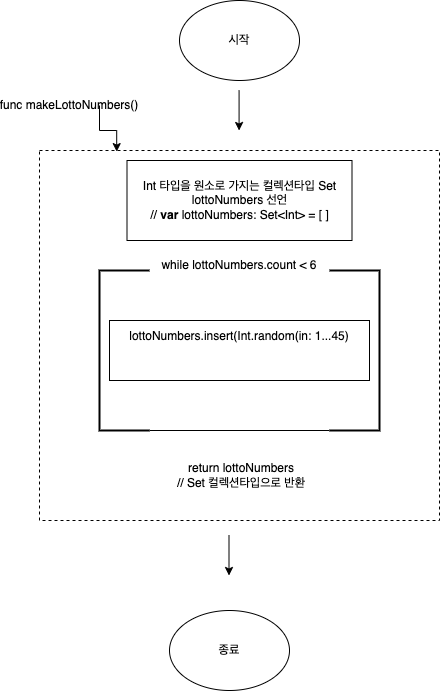
Above: Flow charts/Week2_Step1.png in yagom-academy/swift-starter-Round2 (draw.io), before the change. Source tidied: cells renumbered, new cells last; positions are measured from the earlier drawing's top-left corner, leaving out a move shared by most shapes.
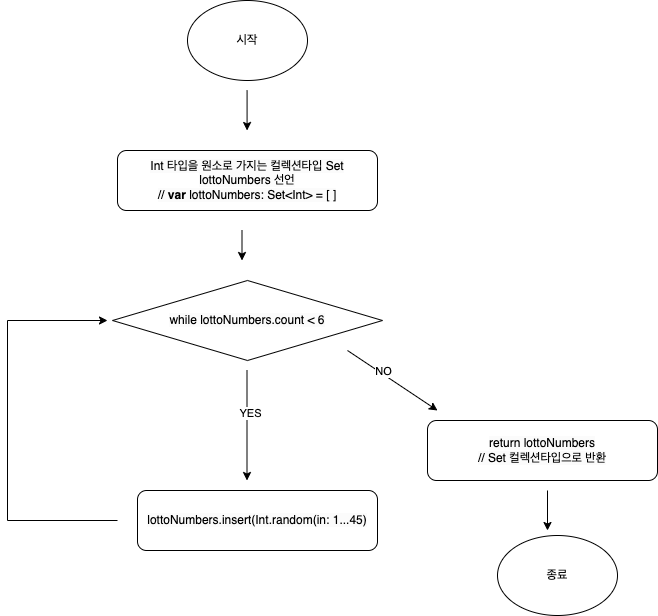
Above is the later version.

Commit message:
♻️ refactor: 순서도 수정

순서도 기호의 의미에 맞게 수정

Change to the diagram source:
```diff
@@ -2,40 +2,6 @@
   <root>
     <mxCell id="0" />
     <mxCell id="1" parent="0" />
-    <mxCell id="2" style="rounded=0;whiteSpace=wrap;html=1;dashed=1;" parent="1" vertex="1">
-      <mxGeometry y="150" width="400" height="370" as="geometry" />
-    </mxCell>
-    <mxCell id="3" style="edgeStyle=orthogonalEdgeStyle;rounded=0;jettySize=auto;html=1;exitX=1;exitY=0.5;exitDx=0;exitDy=0;entryX=0.193;entryY=0.003;entryDx=0;entryDy=0;entryPerimeter=0;" parent="1" edge="1" source="4" target="2">
-      <mxGeometry relative="1" as="geometry">
-        <Array as="points">
-          <mxPoint x="60" y="130" />
-          <mxPoint x="77" y="130" />
-        </Array>
-      </mxGeometry>
-    </mxCell>
-    <mxCell id="4" value="func&amp;nbsp;makeLottoNumbers()" style="text;html=1;strokeColor=none;fillColor=none;align=center;verticalAlign=middle;whiteSpace=wrap;rounded=0;" parent="1" vertex="1">
-      <mxGeometry y="90" width="60" height="30" as="geometry" />
-    </mxCell>
-    <mxCell id="5" value="Int 타입을 원소로 가지는 컬렉션타입 Set &lt;br&gt;lottoNumbers 선언&lt;br&gt;//&amp;nbsp;&lt;b&gt;var&amp;nbsp;&lt;/b&gt;lottoNumbers: Set&amp;lt;Int&amp;gt; = [ ]" style="rounded=0;whiteSpace=wrap;html=1;" parent="1" vertex="1">
-      <mxGeometry x="87.5" y="160" width="225" height="80" as="geometry" />
-    </mxCell>
-    <mxCell id="6" style="strokeWidth=2;html=1;shape=mxgraph.flowchart.annotation_1;align=left;" parent="1" vertex="1">
-      <mxGeometry x="60" y="270" width="50" height="160" as="geometry" />
-    </mxCell>
-    <mxCell id="7" value="while lottoNumbers.count &amp;lt; 6" style="text;html=1;strokeColor=none;fillColor=none;align=center;verticalAlign=middle;whiteSpace=wrap;rounded=0;" parent="1" vertex="1">
-      <mxGeometry x="110" y="250" width="180" height="30" as="geometry" />
-    </mxCell>
-    <mxCell id="8" style="strokeWidth=2;html=1;shape=mxgraph.flowchart.annotation_1;align=left;rotation=-180;" parent="1" vertex="1">
-      <mxGeometry x="290" y="270" width="50" height="160" as="geometry" />
-    </mxCell>
-    <mxCell id="9" value="&#10;lottoNumbers.&lt;span class=&quot;s1&quot;&gt;insert&lt;/span&gt;(&lt;span class=&quot;s1&quot;&gt;Int&lt;/span&gt;.&lt;span class=&quot;s1&quot;&gt;random&lt;/span&gt;(&lt;span class=&quot;s1&quot;&gt;in&lt;/span&gt;: &lt;span class=&quot;s2&quot;&gt;1&lt;/span&gt;...&lt;span class=&quot;s2&quot;&gt;45&lt;/span&gt;)&#10;&#10;&#10;" style="rounded=0;whiteSpace=wrap;html=1;" parent="1" vertex="1">
-      <mxGeometry x="70" y="320" width="260" height="60" as="geometry" />
-    </mxCell>
-    <mxCell id="10" style="endArrow=none;html=1;rounded=0;entryX=1;entryY=0;entryDx=0;entryDy=0;entryPerimeter=0;" parent="1" edge="1" target="8">
-      <mxGeometry relative="1" as="geometry">
-        <mxPoint x="110" y="430" as="sourcePoint" />
-      </mxGeometry>
-    </mxCell>
     <mxCell id="11" value="시작" style="ellipse;whiteSpace=wrap;html=1;" parent="1" vertex="1">
       <mxGeometry x="140" width="120" height="80" as="geometry" />
     </mxCell>
@@ -47,15 +13,58 @@
     </mxCell>
     <mxCell id="13" style="endArrow=classic;html=1;rounded=0;" parent="1" edge="1">
       <mxGeometry relative="1" as="geometry">
-        <mxPoint x="189.5" y="535" as="sourcePoint" />
-        <mxPoint x="189.5" y="575" as="targetPoint" />
+        <mxPoint x="500" y="490" as="sourcePoint" />
+        <mxPoint x="500" y="530" as="targetPoint" />
       </mxGeometry>
     </mxCell>
     <mxCell id="14" value="종료" style="ellipse;whiteSpace=wrap;html=1;" parent="1" vertex="1">
-      <mxGeometry x="130" y="610" width="120" height="80" as="geometry" />
+      <mxGeometry x="450" y="535" width="120" height="80" as="geometry" />
     </mxCell>
+    <mxCell id="5" value="&lt;meta charset=&quot;utf-8&quot;&gt;&lt;span style=&quot;color: rgb(0, 0, 0); font-family: Helvetica; font-size: 12px; font-style: normal; font-variant-ligatures: normal; font-variant-caps: normal; font-weight: 400; letter-spacing: normal; orphans: 2; text-align: center; text-indent: 0px; text-transform: none; widows: 2; word-spacing: 0px; -webkit-text-stroke-width: 0px; background-color: rgb(251, 251, 251); text-decoration-thickness: initial; text-decoration-style: initial; text-decoration-color: initial; float: none; display: inline !important;&quot;&gt;Int 타입을 원소로 가지는 컬렉션타입 Set&lt;/span&gt;&lt;br style=&quot;border-color: var(--border-color); color: rgb(0, 0, 0); font-family: Helvetica; font-size: 12px; font-style: normal; font-variant-ligatures: normal; font-variant-caps: normal; font-weight: 400; letter-spacing: normal; orphans: 2; text-align: center; text-indent: 0px; text-transform: none; widows: 2; word-spacing: 0px; -webkit-text-stroke-width: 0px; background-color: rgb(251, 251, 251); text-decoration-thickness: initial; text-decoration-style: initial; text-decoration-color: initial;&quot;&gt;&lt;span style=&quot;color: rgb(0, 0, 0); font-family: Helvetica; font-size: 12px; font-style: normal; font-variant-ligatures: normal; font-variant-caps: normal; font-weight: 400; letter-spacing: normal; orphans: 2; text-align: center; text-indent: 0px; text-transform: none; widows: 2; word-spacing: 0px; -webkit-text-stroke-width: 0px; background-color: rgb(251, 251, 251); text-decoration-thickness: initial; text-decoration-style: initial; text-decoration-color: initial; float: none; display: inline !important;&quot;&gt;lottoNumbers 선언&lt;/span&gt;&lt;br style=&quot;border-color: var(--border-color); color: rgb(0, 0, 0); font-family: Helvetica; font-size: 12px; font-style: normal; font-variant-ligatures: normal; font-variant-caps: normal; font-weight: 400; letter-spacing: normal; orphans: 2; text-align: center; text-indent: 0px; text-transform: none; widows: 2; word-spacing: 0px; -webkit-text-stroke-width: 0px; background-color: rgb(251, 251, 251); text-decoration-thickness: initial; text-decoration-style: initial; text-decoration-color: initial;&quot;&gt;&lt;span style=&quot;color: rgb(0, 0, 0); font-family: Helvetica; font-size: 12px; font-style: normal; font-variant-ligatures: normal; font-variant-caps: normal; font-weight: 400; letter-spacing: normal; orphans: 2; text-align: center; text-indent: 0px; text-transform: none; widows: 2; word-spacing: 0px; -webkit-text-stroke-width: 0px; background-color: rgb(251, 251, 251); text-decoration-thickness: initial; text-decoration-style: initial; text-decoration-color: initial; float: none; display: inline !important;&quot;&gt;//&amp;nbsp;&lt;/span&gt;&lt;b style=&quot;border-color: var(--border-color); color: rgb(0, 0, 0); font-family: Helvetica; font-size: 12px; font-style: normal; font-variant-ligatures: normal; font-variant-caps: normal; letter-spacing: normal; orphans: 2; text-align: center; text-indent: 0px; text-transform: none; widows: 2; word-spacing: 0px; -webkit-text-stroke-width: 0px; background-color: rgb(251, 251, 251); text-decoration-thickness: initial; text-decoration-style: initial; text-decoration-color: initial;&quot;&gt;var&amp;nbsp;&lt;/b&gt;&lt;span style=&quot;color: rgb(0, 0, 0); font-family: Helvetica; font-size: 12px; font-style: normal; font-variant-ligatures: normal; font-variant-caps: normal; font-weight: 400; letter-spacing: normal; orphans: 2; text-align: center; text-indent: 0px; text-transform: none; widows: 2; word-spacing: 0px; -webkit-text-stroke-width: 0px; background-color: rgb(251, 251, 251); text-decoration-thickness: initial; text-decoration-style: initial; text-decoration-color: initial; float: none; display: inline !important;&quot;&gt;lottoNumbers: Set&amp;lt;Int&amp;gt; = [ ]&lt;/span&gt;" style="rounded=1;whiteSpace=wrap;html=1;" parent="1" vertex="1">
+      <mxGeometry x="70" y="150" width="260" height="60" as="geometry" />
+    </mxCell>
+    <mxCell id="7" value="&lt;meta charset=&quot;utf-8&quot;&gt;&lt;span style=&quot;color: rgb(0, 0, 0); font-family: Helvetica; font-size: 12px; font-style: normal; font-variant-ligatures: normal; font-variant-caps: normal; font-weight: 400; letter-spacing: normal; orphans: 2; text-align: center; text-indent: 0px; text-transform: none; widows: 2; word-spacing: 0px; -webkit-text-stroke-width: 0px; background-color: rgb(251, 251, 251); text-decoration-thickness: initial; text-decoration-style: initial; text-decoration-color: initial; float: none; display: inline !important;&quot;&gt;while lottoNumbers.count &amp;lt; 6&lt;/span&gt;" style="rhombus;whiteSpace=wrap;html=1;" parent="1" vertex="1">
+      <mxGeometry x="65" y="280" width="270" height="80" as="geometry" />
+    </mxCell>
+    <mxCell id="16" style="endArrow=classic;html=1;rounded=0;" parent="1" edge="1">
+      <mxGeometry relative="1" as="geometry">
+        <mxPoint x="194.5" y="230" as="sourcePoint" />
+        <mxPoint x="194.5" y="260" as="targetPoint" />
+      </mxGeometry>
+    </mxCell>
+    <mxCell id="17" style="endArrow=classic;html=1;rounded=0;" parent="1" edge="1">
+      <mxGeometry relative="1" as="geometry">
+        <mxPoint x="199.5" y="370" as="sourcePoint" />
+        <mxPoint x="199.5" y="480" as="targetPoint" />
+      </mxGeometry>
+    </mxCell>
+    <mxCell id="18" value="YES" style="edgeLabel;html=1;align=center;verticalAlign=middle;" parent="17" vertex="1">
+      <mxGeometry x="-0.24" y="3" relative="1" as="geometry" />
+    </mxCell>
+    <mxCell id="19" style="endArrow=classic;html=1;rounded=0;" parent="1" edge="1">
+      <mxGeometry relative="1" as="geometry">
+        <mxPoint x="300" y="350" as="sourcePoint" />
+        <mxPoint x="390" y="410" as="targetPoint" />
+      </mxGeometry>
+    </mxCell>
+    <mxCell id="20" value="NO" style="edgeLabel;html=1;align=center;verticalAlign=middle;" parent="19" vertex="1">
+      <mxGeometry x="-0.24" y="3" relative="1" as="geometry" />
+    </mxCell>
+    <mxCell id="9" value="&lt;meta charset=&quot;utf-8&quot;&gt;&lt;br style=&quot;border-color: var(--border-color); color: rgb(0, 0, 0); font-family: Helvetica; font-size: 12px; font-style: normal; font-variant-ligatures: normal; font-variant-caps: normal; font-weight: 400; letter-spacing: normal; orphans: 2; text-align: center; text-indent: 0px; text-transform: none; widows: 2; word-spacing: 0px; -webkit-text-stroke-width: 0px; background-color: rgb(251, 251, 251); text-decoration-thickness: initial; text-decoration-style: initial; text-decoration-color: initial;&quot;&gt;&lt;span style=&quot;color: rgb(0, 0, 0); font-family: Helvetica; font-size: 12px; font-style: normal; font-variant-ligatures: normal; font-variant-caps: normal; font-weight: 400; letter-spacing: normal; orphans: 2; text-align: center; text-indent: 0px; text-transform: none; widows: 2; word-spacing: 0px; -webkit-text-stroke-width: 0px; background-color: rgb(251, 251, 251); text-decoration-thickness: initial; text-decoration-style: initial; text-decoration-color: initial; float: none; display: inline !important;&quot;&gt;lottoNumbers.&lt;/span&gt;&lt;span style=&quot;border-color: var(--border-color); color: rgb(0, 0, 0); font-family: Helvetica; font-size: 12px; font-style: normal; font-variant-ligatures: normal; font-variant-caps: normal; font-weight: 400; letter-spacing: normal; orphans: 2; text-align: center; text-indent: 0px; text-transform: none; widows: 2; word-spacing: 0px; -webkit-text-stroke-width: 0px; background-color: rgb(251, 251, 251); text-decoration-thickness: initial; text-decoration-style: initial; text-decoration-color: initial;&quot; class=&quot;s1&quot;&gt;insert&lt;/span&gt;&lt;span style=&quot;color: rgb(0, 0, 0); font-family: Helvetica; font-size: 12px; font-style: normal; font-variant-ligatures: normal; font-variant-caps: normal; font-weight: 400; letter-spacing: normal; orphans: 2; text-align: center; text-indent: 0px; text-transform: none; widows: 2; word-spacing: 0px; -webkit-text-stroke-width: 0px; background-color: rgb(251, 251, 251); text-decoration-thickness: initial; text-decoration-style: initial; text-decoration-color: initial; float: none; display: inline !important;&quot;&gt;(&lt;/span&gt;&lt;span style=&quot;border-color: var(--border-color); color: rgb(0, 0, 0); font-family: Helvetica; font-size: 12px; font-style: normal; font-variant-ligatures: normal; font-variant-caps: normal; font-weight: 400; letter-spacing: normal; orphans: 2; text-align: center; text-indent: 0px; text-transform: none; widows: 2; word-spacing: 0px; -webkit-text-stroke-width: 0px; background-color: rgb(251, 251, 251); text-decoration-thickness: initial; text-decoration-style: initial; text-decoration-color: initial;&quot; class=&quot;s1&quot;&gt;Int&lt;/span&gt;&lt;span style=&quot;color: rgb(0, 0, 0); font-family: Helvetica; font-size: 12px; font-style: normal; font-variant-ligatures: normal; font-variant-caps: normal; font-weight: 400; letter-spacing: normal; orphans: 2; text-align: center; text-indent: 0px; text-transform: none; widows: 2; word-spacing: 0px; -webkit-text-stroke-width: 0px; background-color: rgb(251, 251, 251); text-decoration-thickness: initial; text-decoration-style: initial; text-decoration-color: initial; float: none; display: inline !important;&quot;&gt;.&lt;/span&gt;&lt;span style=&quot;border-color: var(--border-color); color: rgb(0, 0, 0); font-family: Helvetica; font-size: 12px; font-style: normal; font-variant-ligatures: normal; font-variant-caps: normal; font-weight: 400; letter-spacing: normal; orphans: 2; text-align: center; text-indent: 0px; text-transform: none; widows: 2; word-spacing: 0px; -webkit-text-stroke-width: 0px; background-color: rgb(251, 251, 251); text-decoration-thickness: initial; text-decoration-style: initial; text-decoration-color: initial;&quot; class=&quot;s1&quot;&gt;random&lt;/span&gt;&lt;span style=&quot;color: rgb(0, 0, 0); font-family: Helvetica; font-size: 12px; font-style: normal; font-variant-ligatures: normal; font-variant-caps: normal; font-weight: 400; letter-spacing: normal; orphans: 2; text-align: center; text-indent: 0px; text-transform: none; widows: 2; word-spacing: 0px; -webkit-text-stroke-width: 0px; background-color: rgb(251, 251, 251); text-decoration-thickness: initial; text-decoration-style: initial; text-decoration-color: initial; float: none; display: inline !important;&quot;&gt;(&lt;/span&gt;&lt;span style=&quot;border-color: var(--border-color); color: rgb(0, 0, 0); font-family: Helvetica; font-size: 12px; font-style: normal; font-variant-ligatures: normal; font-variant-caps: normal; font-weight: 400; letter-spacing: normal; orphans: 2; text-align: center; text-indent: 0px; text-transform: none; widows: 2; word-spacing: 0px; -webkit-text-stroke-width: 0px; background-color: rgb(251, 251, 251); text-decoration-thickness: initial; text-decoration-style: initial; text-decoration-color: initial;&quot; class=&quot;s1&quot;&gt;in&lt;/span&gt;&lt;span style=&quot;color: rgb(0, 0, 0); font-family: Helvetica; font-size: 12px; font-style: normal; font-variant-ligatures: normal; font-variant-caps: normal; font-weight: 400; letter-spacing: normal; orphans: 2; text-align: center; text-indent: 0px; text-transform: none; widows: 2; word-spacing: 0px; -webkit-text-stroke-width: 0px; background-color: rgb(251, 251, 251); text-decoration-thickness: initial; text-decoration-style: initial; text-decoration-color: initial; float: none; display: inline !important;&quot;&gt;:&lt;span&gt;&amp;nbsp;&lt;/span&gt;&lt;/span&gt;&lt;span style=&quot;border-color: var(--border-color); color: rgb(0, 0, 0); font-family: Helvetica; font-size: 12px; font-style: normal; font-variant-ligatures: normal; font-variant-caps: normal; font-weight: 400; letter-spacing: normal; orphans: 2; text-align: center; text-indent: 0px; text-transform: none; widows: 2; word-spacing: 0px; -webkit-text-stroke-width: 0px; background-color: rgb(251, 251, 251); text-decoration-thickness: initial; text-decoration-style: initial; text-decoration-color: initial;&quot; class=&quot;s2&quot;&gt;1&lt;/span&gt;&lt;span style=&quot;color: rgb(0, 0, 0); font-family: Helvetica; font-size: 12px; font-style: normal; font-variant-ligatures: normal; font-variant-caps: normal; font-weight: 400; letter-spacing: normal; orphans: 2; text-align: center; text-indent: 0px; text-transform: none; widows: 2; word-spacing: 0px; -webkit-text-stroke-width: 0px; background-color: rgb(251, 251, 251); text-decoration-thickness: initial; text-decoration-style: initial; text-decoration-color: initial; float: none; display: inline !important;&quot;&gt;...&lt;/span&gt;&lt;span style=&quot;border-color: var(--border-color); color: rgb(0, 0, 0); font-family: Helvetica; font-size: 12px; font-style: normal; font-variant-ligatures: normal; font-variant-caps: normal; font-weight: 400; letter-spacing: normal; orphans: 2; text-align: center; text-indent: 0px; text-transform: none; widows: 2; word-spacing: 0px; -webkit-text-stroke-width: 0px; background-color: rgb(251, 251, 251); text-decoration-thickness: initial; text-decoration-style: initial; text-decoration-color: initial;&quot; class=&quot;s2&quot;&gt;45&lt;/span&gt;&lt;span style=&quot;color: rgb(0, 0, 0); font-family: Helvetica; font-size: 12px; font-style: normal; font-variant-ligatures: normal; font-variant-caps: normal; font-weight: 400; letter-spacing: normal; orphans: 2; text-align: center; text-indent: 0px; text-transform: none; widows: 2; word-spacing: 0px; -webkit-text-stroke-width: 0px; background-color: rgb(251, 251, 251); text-decoration-thickness: initial; text-decoration-style: initial; text-decoration-color: initial; float: none; display: inline !important;&quot;&gt;)&lt;/span&gt;&lt;br style=&quot;border-color: var(--border-color); color: rgb(0, 0, 0); font-family: Helvetica; font-size: 12px; font-style: normal; font-variant-ligatures: normal; font-variant-caps: normal; font-weight: 400; letter-spacing: normal; orphans: 2; text-align: center; text-indent: 0px; text-transform: none; widows: 2; word-spacing: 0px; -webkit-text-stroke-width: 0px; background-color: rgb(251, 251, 251); text-decoration-thickness: initial; text-decoration-style: initial; text-decoration-color: initial;&quot;&gt;&lt;br style=&quot;border-color: var(--border-color); color: rgb(0, 0, 0); font-family: Helvetica; font-size: 12px; font-style: normal; font-variant-ligatures: normal; font-variant-caps: normal; font-weight: 400; letter-spacing: normal; orphans: 2; text-align: center; text-indent: 0px; text-transform: none; widows: 2; word-spacing: 0px; -webkit-text-stroke-width: 0px; background-color: rgb(251, 251, 251); text-decoration-thickness: initial; text-decoration-style: initial; text-decoration-color: initial;&quot;&gt;" style="rounded=1;whiteSpace=wrap;html=1;" parent="1" vertex="1">
+      <mxGeometry x="90" y="490" width="240" height="60" as="geometry" />
+    </mxCell>
-    <mxCell id="15" value="return lottoNumbers&lt;br&gt;// Set 컬렉션타입으로 반환" style="text;html=1;strokeColor=none;fillColor=none;align=center;verticalAlign=middle;whiteSpace=wrap;rounded=0;" parent="1" vertex="1">
-      <mxGeometry x="117" y="460" width="170" height="30" as="geometry" />
+    <mxCell id="15" value="&lt;meta charset=&quot;utf-8&quot;&gt;&lt;span style=&quot;color: rgb(0, 0, 0); font-family: Helvetica; font-size: 12px; font-style: normal; font-variant-ligatures: normal; font-variant-caps: normal; font-weight: 400; letter-spacing: normal; orphans: 2; text-align: center; text-indent: 0px; text-transform: none; widows: 2; word-spacing: 0px; -webkit-text-stroke-width: 0px; background-color: rgb(251, 251, 251); text-decoration-thickness: initial; text-decoration-style: initial; text-decoration-color: initial; float: none; display: inline !important;&quot;&gt;return lottoNumbers&lt;/span&gt;&lt;br style=&quot;border-color: var(--border-color); color: rgb(0, 0, 0); font-family: Helvetica; font-size: 12px; font-style: normal; font-variant-ligatures: normal; font-variant-caps: normal; font-weight: 400; letter-spacing: normal; orphans: 2; text-align: center; text-indent: 0px; text-transform: none; widows: 2; word-spacing: 0px; -webkit-text-stroke-width: 0px; background-color: rgb(251, 251, 251); text-decoration-thickness: initial; text-decoration-style: initial; text-decoration-color: initial;&quot;&gt;&lt;span style=&quot;color: rgb(0, 0, 0); font-family: Helvetica; font-size: 12px; font-style: normal; font-variant-ligatures: normal; font-variant-caps: normal; font-weight: 400; letter-spacing: normal; orphans: 2; text-align: center; text-indent: 0px; text-transform: none; widows: 2; word-spacing: 0px; -webkit-text-stroke-width: 0px; background-color: rgb(251, 251, 251); text-decoration-thickness: initial; text-decoration-style: initial; text-decoration-color: initial; float: none; display: inline !important;&quot;&gt;// Set 컬렉션타입으로 반환&lt;/span&gt;" style="rounded=1;whiteSpace=wrap;html=1;" parent="1" vertex="1">
+      <mxGeometry x="380" y="420" width="230" height="60" as="geometry" />
     </mxCell>
+    <mxCell id="21" style="endArrow=classic;html=1;rounded=0;" parent="1" edge="1">
+      <mxGeometry relative="1" as="geometry">
+        <mxPoint x="70" y="520" as="sourcePoint" />
+        <mxPoint x="60" y="320" as="targetPoint" />
+        <Array as="points">
+          <mxPoint x="-40" y="520" />
+          <mxPoint x="-40" y="320" />
+        </Array>
+      </mxGeometry>
+    </mxCell>
   </root>
 </mxGraphModel>
```
